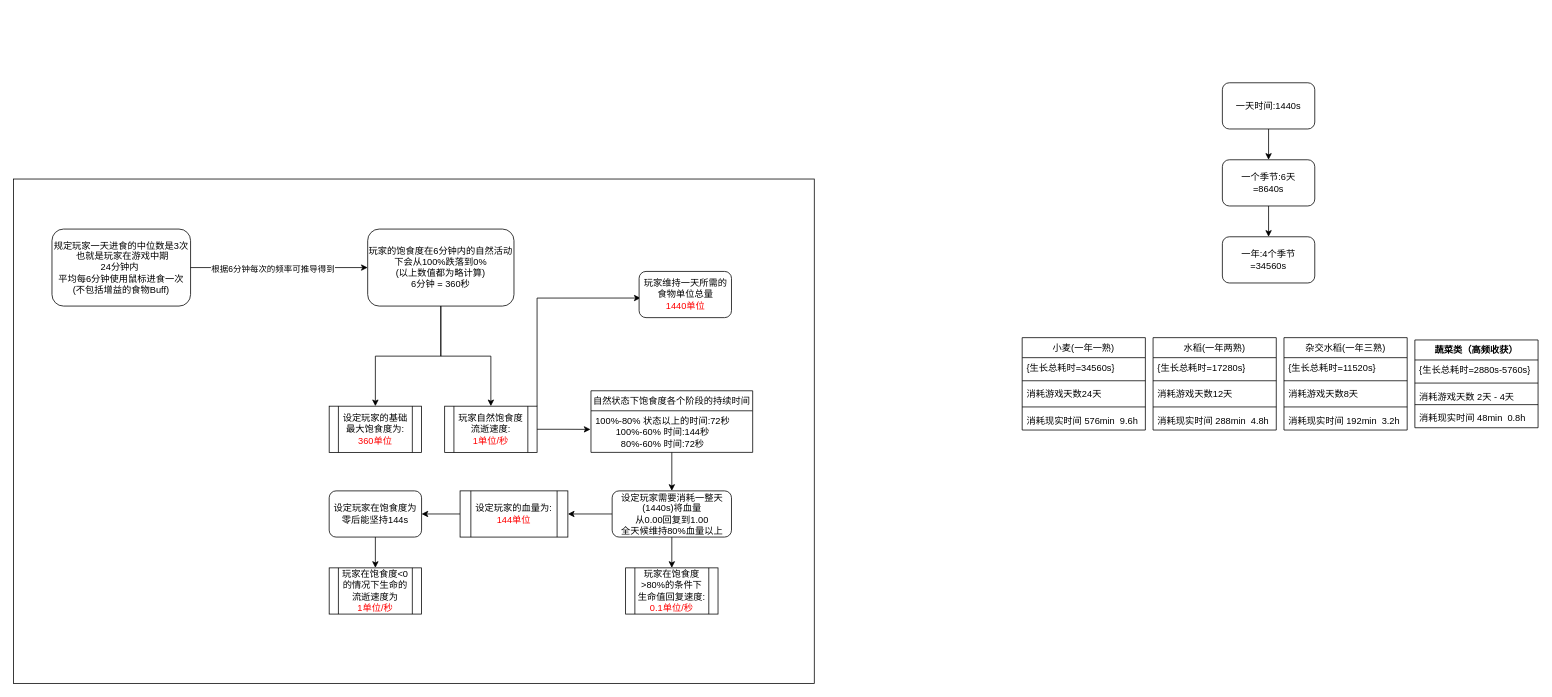
This is 开发文档文件夹/游戏数值推算.drawio from XDIOEZ/TerraFlat, a draw.io file, before an edit. Source tidied: cells renumbered, new cells numbered last; positions are measured from the earlier drawing's top-left corner, leaving out a move shared by most shapes. Both pictures are drawn from the tidied source at 77%, with x=0, y=0 at pixel (13, 82).
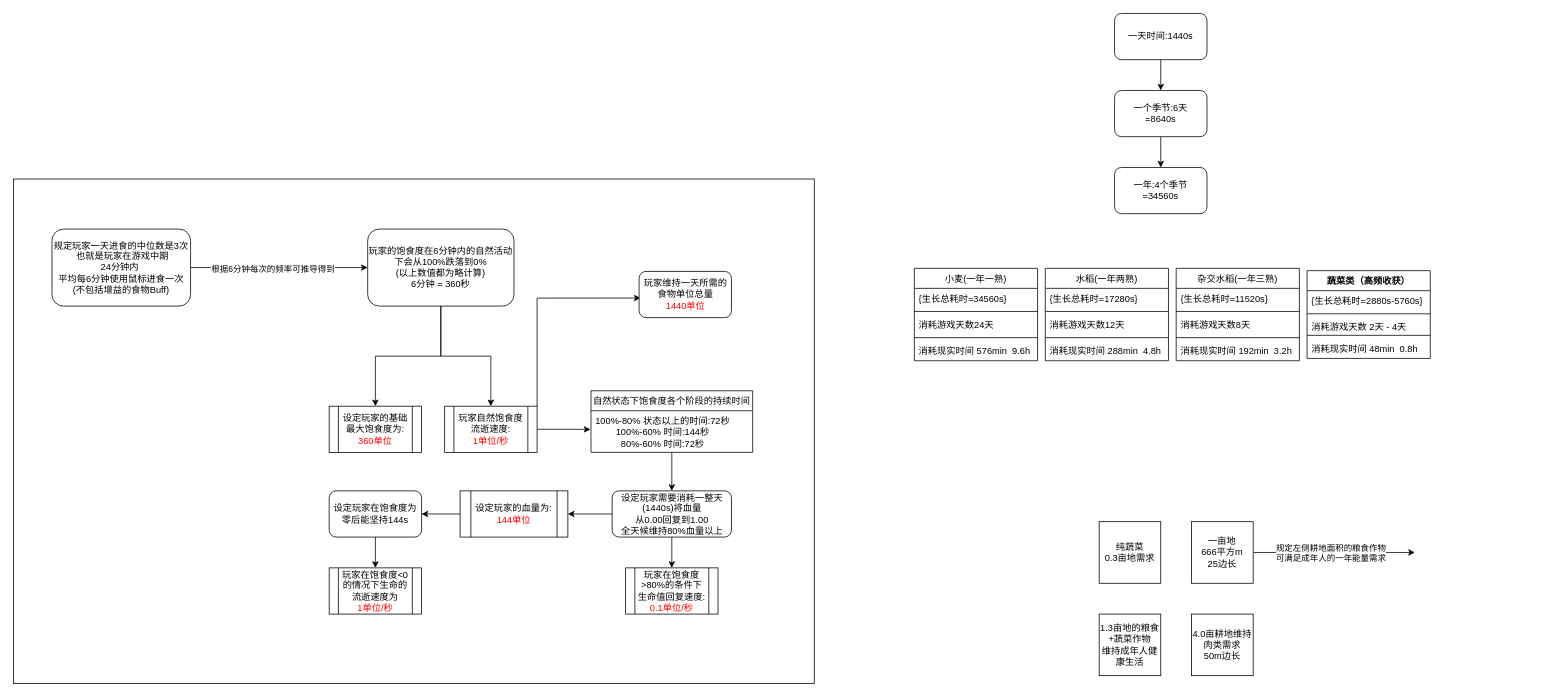
Above is the later version.

Change to the diagram source:
```diff
@@
     <mxCell id="27" value="一天时间:1440s" style="rounded=1;whiteSpace=wrap;html=1;" parent="1" vertex="1">
-      <mxGeometry x="1570" width="120" height="60" as="geometry" />
+      <mxGeometry x="1430" y="-90" width="120" height="60" as="geometry" />
     </mxCell>
@@
     <mxCell id="29" value="一个季节:&lt;span style=&quot;background-color: transparent; color: light-dark(rgb(0, 0, 0), rgb(255, 255, 255));&quot;&gt;6天&lt;/span&gt;&lt;div&gt;&lt;span style=&quot;background-color: transparent; color: light-dark(rgb(0, 0, 0), rgb(255, 255, 255));&quot;&gt;=8640s&lt;/span&gt;&lt;/div&gt;" style="rounded=1;whiteSpace=wrap;html=1;" parent="1" vertex="1">
-      <mxGeometry x="1570" y="100" width="120" height="60" as="geometry" />
+      <mxGeometry x="1430" y="10" width="120" height="60" as="geometry" />
     </mxCell>
     <mxCell id="30" value="一年:4个季节&lt;div&gt;=34560s&lt;/div&gt;" style="rounded=1;whiteSpace=wrap;html=1;" parent="1" vertex="1">
-      <mxGeometry x="1570" y="200" width="120" height="60" as="geometry" />
+      <mxGeometry x="1430" y="110" width="120" height="60" as="geometry" />
     </mxCell>
     <mxCell id="31" value="&lt;span style=&quot;font-weight: 400;&quot;&gt;小麦(一年一熟)&lt;/span&gt;" style="swimlane;fontStyle=1;align=center;verticalAlign=top;horizontal=1;startSize=26;whiteSpace=wrap;html=1;" parent="1" vertex="1">
-      <mxGeometry x="1310" y="331" width="160" height="120" as="geometry" />
+      <mxGeometry x="1170" y="241" width="160" height="120" as="geometry" />
     </mxCell>
@@
     <mxCell id="37" value="&lt;span style=&quot;font-weight: 400;&quot;&gt;水稻(一年两熟&lt;/span&gt;&lt;span style=&quot;color: light-dark(rgb(0, 0, 0), rgb(255, 255, 255)); font-weight: 400; background-color: transparent;&quot;&gt;)&lt;/span&gt;" style="swimlane;fontStyle=1;align=center;verticalAlign=top;horizontal=1;startSize=26;whiteSpace=wrap;html=1;" parent="1" vertex="1">
-      <mxGeometry x="1480" y="331" width="160" height="120" as="geometry" />
+      <mxGeometry x="1340" y="241" width="160" height="120" as="geometry" />
     </mxCell>
@@
     <mxCell id="43" value="&lt;span style=&quot;font-weight: 400;&quot;&gt;杂交水稻(一年三熟&lt;/span&gt;&lt;span style=&quot;color: light-dark(rgb(0, 0, 0), rgb(255, 255, 255)); font-weight: 400; background-color: transparent;&quot;&gt;)&lt;/span&gt;" style="swimlane;fontStyle=1;align=center;verticalAlign=top;horizontal=1;startSize=26;whiteSpace=wrap;html=1;" parent="1" vertex="1">
-      <mxGeometry x="1650" y="331" width="160" height="120" as="geometry" />
+      <mxGeometry x="1510" y="241" width="160" height="120" as="geometry" />
     </mxCell>
@@
     <mxCell id="49" value="蔬菜类（高频收获）" style="swimlane;fontStyle=1;align=center;verticalAlign=top;horizontal=1;startSize=26;whiteSpace=wrap;html=1;" parent="1" vertex="1">
-      <mxGeometry x="1820" y="334" width="160" height="114" as="geometry" />
+      <mxGeometry x="1680" y="244" width="160" height="114" as="geometry" />
     </mxCell>
@@
+    <mxCell id="55" style="edgeStyle=orthogonalEdgeStyle;rounded=0;jettySize=auto;html=1;" parent="1" edge="1" source="57">
+      <mxGeometry relative="1" as="geometry">
+        <mxPoint x="1820" y="610" as="targetPoint" />
+      </mxGeometry>
+    </mxCell>
+    <mxCell id="56" value="规定左侧耕地面积的粮食作物&lt;div&gt;可满足成年人的一年能量需求&lt;/div&gt;" style="edgeLabel;html=1;align=center;verticalAlign=middle;" parent="55" vertex="1">
+      <mxGeometry x="-0.07" y="1" relative="1" as="geometry">
+        <mxPoint x="2" y="1" as="offset" />
+      </mxGeometry>
+    </mxCell>
+    <mxCell id="57" value="一亩地&lt;div&gt;666平方m&lt;/div&gt;&lt;div&gt;25边长&lt;/div&gt;" style="whiteSpace=wrap;html=1;" parent="1" vertex="1">
+      <mxGeometry x="1530" y="570" width="80" height="80" as="geometry" />
+    </mxCell>
+    <mxCell id="58" value="1.3亩地的粮食+蔬菜作物&lt;div&gt;维持成年人健康生活&lt;/div&gt;" style="whiteSpace=wrap;html=1;" parent="1" vertex="1">
+      <mxGeometry x="1410" y="690" width="80" height="80" as="geometry" />
+    </mxCell>
+    <mxCell id="59" value="4.0亩耕地维持肉类需求&lt;div&gt;50m边长&lt;/div&gt;" style="whiteSpace=wrap;html=1;" parent="1" vertex="1">
+      <mxGeometry x="1530" y="690" width="80" height="80" as="geometry" />
+    </mxCell>
+    <mxCell id="60" value="纯蔬菜&lt;div&gt;0.3亩地需求&lt;/div&gt;" style="whiteSpace=wrap;html=1;" parent="1" vertex="1">
+      <mxGeometry x="1410" y="570" width="80" height="80" as="geometry" />
+    </mxCell>
```
